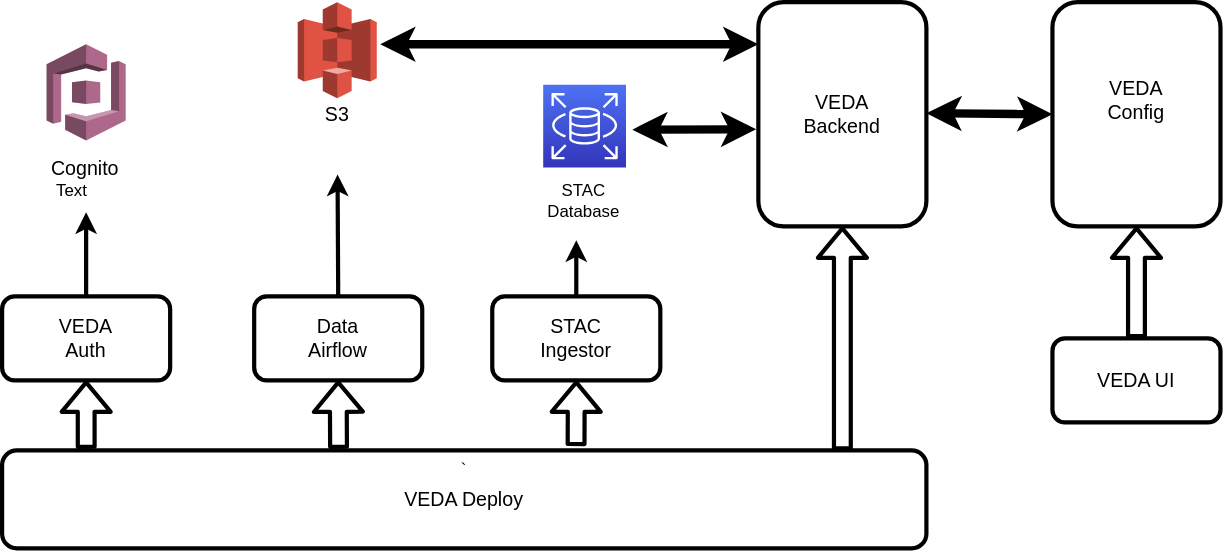
Above: architecture/veda-overview-bw.svg in NASA-IMPACT/veda-docs (draw.io), before the change. Source tidied: cells renumbered, new cells last; positions are measured from the earlier drawing's top-left corner, leaving out a move shared by most shapes.
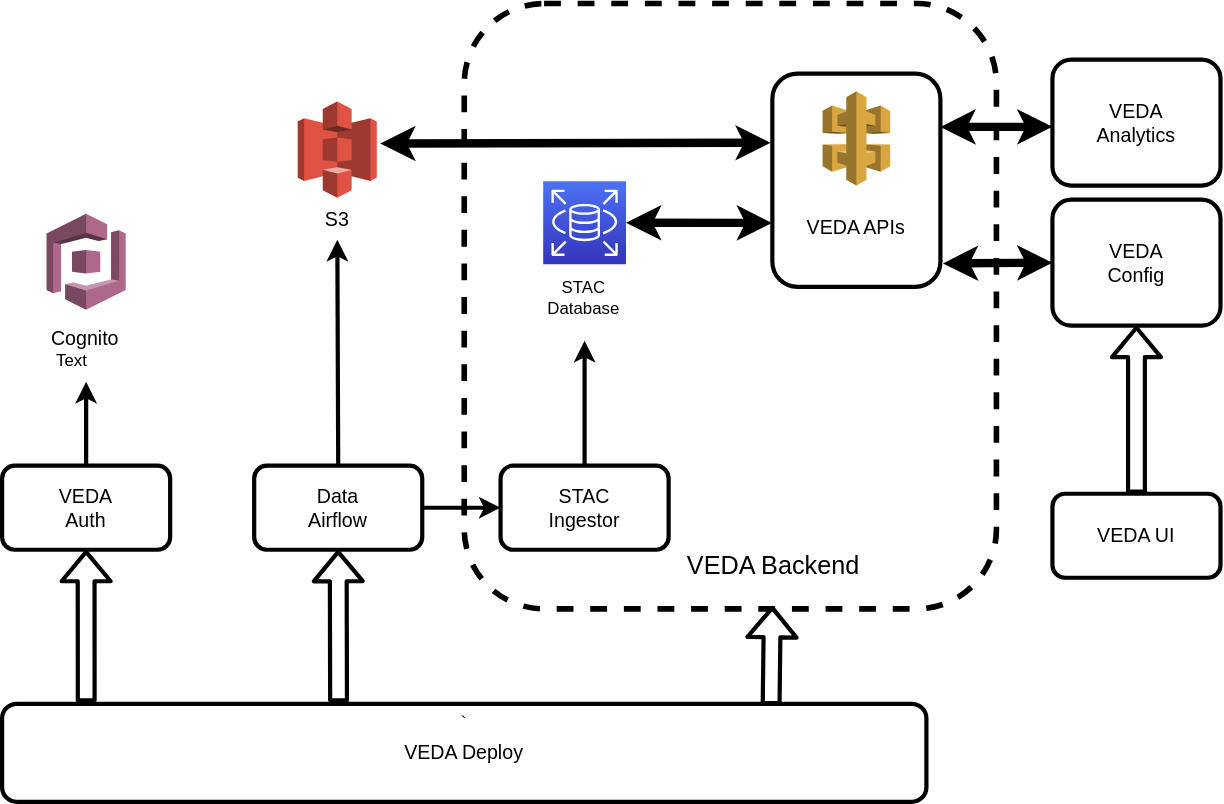
The same file after the commit.

Commit message:
arch diagram feedback

Diff of the diagram source:
```diff
@@ -2,8 +2,11 @@
   <root>
     <mxCell id="0" />
     <mxCell id="1" parent="0" />
+    <mxCell id="45" style="rounded=1;whiteSpace=wrap;html=1;dashed=1;fontSize=14;fillColor=none;strokeColor=#000000;strokeWidth=4;" parent="1" vertex="1">
+      <mxGeometry x="330" y="-120" width="380" height="432.2" as="geometry" />
+    </mxCell>
     <mxCell id="2" value="`" style="group;" parent="1" vertex="1">
-      <mxGeometry y="320" width="660" height="70" as="geometry" />
+      <mxGeometry y="380" width="660" height="70" as="geometry" />
     </mxCell>
     <mxCell id="3" style="rounded=1;whiteSpace=wrap;html=1;fillColor=none;strokeWidth=3;strokeColor=#000000;" parent="2" vertex="1">
       <mxGeometry width="660" height="70" as="geometry" />
@@ -11,15 +14,6 @@
     <mxCell id="4" value="&lt;font color=&quot;#000000&quot; style=&quot;font-size: 14px;&quot;&gt;VEDA Deploy&lt;/font&gt;" style="text;html=1;strokeColor=none;fillColor=none;align=center;verticalAlign=middle;whiteSpace=wrap;rounded=0;strokeWidth=3;fontSize=14;" parent="2" vertex="1">
       <mxGeometry x="165" y="17.5" width="330" height="35" as="geometry" />
     </mxCell>
-    <mxCell id="5" style="group;" parent="1" vertex="1">
-      <mxGeometry x="350" y="210" width="120" height="60" as="geometry" />
-    </mxCell>
-    <mxCell id="6" style="rounded=1;whiteSpace=wrap;html=1;fillColor=none;strokeWidth=3;strokeColor=#000000;" parent="5" vertex="1">
-      <mxGeometry width="120" height="60" as="geometry" />
-    </mxCell>
-    <mxCell id="7" value="&lt;font color=&quot;#000000&quot; style=&quot;font-size: 14px;&quot;&gt;STAC Ingestor&lt;/font&gt;" style="text;html=1;strokeColor=none;fillColor=none;align=center;verticalAlign=middle;whiteSpace=wrap;rounded=0;strokeWidth=3;fontSize=14;" parent="5" vertex="1">
-      <mxGeometry x="30" y="15" width="60" height="30" as="geometry" />
-    </mxCell>
     <mxCell id="8" style="group;" parent="1" vertex="1">
       <mxGeometry x="180" y="210" width="120" height="60" as="geometry" />
     </mxCell>
@@ -38,39 +32,18 @@
     <mxCell id="13" value="&lt;font color=&quot;#000000&quot; style=&quot;font-size: 14px;&quot;&gt;VEDA Auth&lt;/font&gt;" style="text;html=1;strokeColor=none;fillColor=none;align=center;verticalAlign=middle;whiteSpace=wrap;rounded=0;strokeWidth=3;fontSize=14;" parent="11" vertex="1">
       <mxGeometry x="30" y="15" width="60" height="30" as="geometry" />
     </mxCell>
-    <mxCell id="14" style="group;fontSize=16;" parent="1" vertex="1">
-      <mxGeometry x="540" width="120" height="160" as="geometry" />
-    </mxCell>
-    <mxCell id="15" style="rounded=1;whiteSpace=wrap;html=1;fillColor=none;strokeWidth=3;strokeColor=#000000;" parent="14" vertex="1">
-      <mxGeometry width="120" height="160" as="geometry" />
-    </mxCell>
-    <mxCell id="16" value="&lt;font color=&quot;#000000&quot; style=&quot;font-size: 14px;&quot;&gt;VEDA Backend&lt;/font&gt;" style="text;html=1;strokeColor=none;fillColor=none;align=center;verticalAlign=middle;whiteSpace=wrap;rounded=0;strokeWidth=3;fontSize=14;" parent="14" vertex="1">
-      <mxGeometry x="30" y="40" width="60" height="80" as="geometry" />
-    </mxCell>
     <mxCell id="17" value="Text" style="text;html=1;strokeColor=none;fillColor=none;align=center;verticalAlign=middle;whiteSpace=wrap;rounded=0;" parent="1" vertex="1">
       <mxGeometry x="20" y="120" width="60" height="30" as="geometry" />
     </mxCell>
     <mxCell id="18" style="group;" parent="1" vertex="1">
-      <mxGeometry x="178.6" width="121.4" height="123" as="geometry" />
+      <mxGeometry x="178.6" y="-50" width="121.4" height="123" as="geometry" />
     </mxCell>
     <mxCell id="19" style="dashed=0;verticalLabelPosition=bottom;verticalAlign=top;align=center;html=1;shape=mxgraph.aws3.s3;fillColor=#E05243;gradientColor=none;" parent="18" vertex="1">
       <mxGeometry x="32.5" width="56.4" height="68.6" as="geometry" />
     </mxCell>
     <mxCell id="20" value="&lt;font color=&quot;#000000&quot; style=&quot;font-size: 14px;&quot;&gt;S3&lt;/font&gt;" style="text;html=1;strokeColor=none;fillColor=none;align=center;verticalAlign=middle;whiteSpace=wrap;rounded=0;strokeWidth=3;fontSize=14;" parent="18" vertex="1">
-      <mxGeometry y="37.3" width="121.4" height="85.7" as="geometry" />
+      <mxGeometry y="68.6" width="121.4" height="30" as="geometry" />
     </mxCell>
-    <mxCell id="21" style="group;" parent="1" vertex="1">
-      <mxGeometry x="380.8" y="39.2" width="89.2" height="101.5" as="geometry" />
-    </mxCell>
-    <mxCell id="22" style="group;" parent="21" vertex="1">
-      <mxGeometry x="-10" y="19.7" width="89.2" height="101.5" as="geometry" />
-    </mxCell>
-    <mxCell id="23" style="sketch=0;points=[[0,0,0],[0.25,0,0],[0.5,0,0],[0.75,0,0],[1,0,0],[0,1,0],[0.25,1,0],[0.5,1,0],[0.75,1,0],[1,1,0],[0,0.25,0],[0,0.5,0],[0,0.75,0],[1,0.25,0],[1,0.5,0],[1,0.75,0]];outlineConnect=0;fontColor=#232F3E;gradientColor=#4D72F3;gradientDirection=north;fillColor=#3334B9;strokeColor=#ffffff;dashed=0;verticalLabelPosition=bottom;verticalAlign=top;align=center;html=1;fontSize=12;fontStyle=0;shape=mxgraph.aws4.resourceIcon;resIcon=mxgraph.aws4.rds;" parent="22" vertex="1">
-      <mxGeometry x="15.6" width="59.1" height="59.1" as="geometry" />
-    </mxCell>
-    <mxCell id="24" value="&lt;font color=&quot;#000000&quot;&gt;STAC&lt;br&gt;Database&lt;/font&gt;" style="text;html=1;strokeColor=none;fillColor=none;align=center;verticalAlign=middle;whiteSpace=wrap;rounded=0;strokeWidth=3;" parent="22" vertex="1">
-      <mxGeometry x="0.6" y="51.8" width="89.2" height="62.1" as="geometry" />
-    </mxCell>
     <mxCell id="25" style="group;" parent="1" vertex="1">
       <mxGeometry x="15.4" y="30" width="89.2" height="120" as="geometry" />
     </mxCell>
@@ -83,43 +56,31 @@
     <mxCell id="28" value="&lt;font style=&quot;font-size: 14px;&quot; color=&quot;#000000&quot;&gt;Cognito&lt;/font&gt;" style="text;html=1;strokeColor=none;fillColor=none;align=center;verticalAlign=middle;whiteSpace=wrap;rounded=0;strokeWidth=3;" parent="26" vertex="1">
       <mxGeometry y="57" width="89.2" height="63" as="geometry" />
     </mxCell>
-    <mxCell id="29" style="endArrow=classic;startArrow=classic;html=1;strokeWidth=6;strokeColor=#000000;entryX=-0.013;entryY=0.567;entryDx=0;entryDy=0;entryPerimeter=0;" parent="1" edge="1" target="15">
-      <mxGeometry relative="1" as="geometry">
-        <mxPoint x="450" y="91" as="sourcePoint" />
-      </mxGeometry>
+    <mxCell id="29" style="endArrow=classic;startArrow=classic;html=1;strokeWidth=6;strokeColor=#000000;exitX=1;exitY=0.5;exitDx=0;exitDy=0;exitPerimeter=0;entryX=-0.002;entryY=0.7;entryDx=0;entryDy=0;entryPerimeter=0;" parent="1" edge="1" source="23" target="15">
+      <mxGeometry relative="1" as="geometry" />
     </mxCell>
-    <mxCell id="30" style="endArrow=classic;startArrow=classic;html=1;strokeWidth=6;strokeColor=#000000;" parent="1" edge="1">
+    <mxCell id="30" style="endArrow=classic;startArrow=classic;html=1;strokeWidth=6;strokeColor=#000000;entryX=-0.01;entryY=0.324;entryDx=0;entryDy=0;entryPerimeter=0;" parent="1" edge="1" target="15">
       <mxGeometry relative="1" as="geometry">
-        <mxPoint x="270" y="30" as="sourcePoint" />
-        <mxPoint x="540" y="30" as="targetPoint" />
+        <mxPoint x="270" y="-20" as="sourcePoint" />
       </mxGeometry>
     </mxCell>
     <mxCell id="31" style="rounded=1;whiteSpace=wrap;html=1;fillColor=none;strokeWidth=3;strokeColor=#000000;" parent="1" vertex="1">
-      <mxGeometry x="750" width="120" height="160" as="geometry" />
+      <mxGeometry x="750" y="20" width="120" height="90" as="geometry" />
     </mxCell>
-    <mxCell id="32" style="group;" parent="1" vertex="1">
-      <mxGeometry x="750" y="240" width="120" height="60" as="geometry" />
-    </mxCell>
-    <mxCell id="33" style="rounded=1;whiteSpace=wrap;html=1;fillColor=none;strokeWidth=3;strokeColor=#000000;" parent="32" vertex="1">
-      <mxGeometry width="120" height="60" as="geometry" />
-    </mxCell>
-    <mxCell id="34" value="&lt;font color=&quot;#000000&quot; style=&quot;font-size: 14px;&quot;&gt;VEDA UI&lt;/font&gt;" style="text;html=1;strokeColor=none;fillColor=none;align=center;verticalAlign=middle;whiteSpace=wrap;rounded=0;strokeWidth=3;fontSize=14;" parent="32" vertex="1">
-      <mxGeometry x="30" y="15" width="60" height="30" as="geometry" />
-    </mxCell>
     <mxCell id="35" value="&lt;font color=&quot;#000000&quot; style=&quot;font-size: 14px;&quot;&gt;VEDA Config&lt;/font&gt;" style="text;html=1;strokeColor=none;fillColor=none;align=center;verticalAlign=middle;whiteSpace=wrap;rounded=0;strokeWidth=3;fontSize=14;" parent="1" vertex="1">
-      <mxGeometry x="780" y="30" width="60" height="80" as="geometry" />
+      <mxGeometry x="780" y="25" width="60" height="80" as="geometry" />
     </mxCell>
-    <mxCell id="36" style="endArrow=classic;startArrow=classic;html=1;exitX=1;exitY=0;exitDx=0;exitDy=0;strokeWidth=6;strokeColor=#000000;entryX=0;entryY=0.5;entryDx=0;entryDy=0;" parent="1" edge="1" target="31">
-      <mxGeometry relative="1" as="geometry">
-        <mxPoint x="660" y="79.2" as="sourcePoint" />
-      </mxGeometry>
+    <mxCell id="36" style="endArrow=classic;startArrow=classic;html=1;strokeWidth=6;strokeColor=#000000;entryX=0;entryY=0.5;entryDx=0;entryDy=0;exitX=1.015;exitY=0.89;exitDx=0;exitDy=0;exitPerimeter=0;" parent="1" edge="1" source="15" target="31">
+      <mxGeometry relative="1" as="geometry" />
     </mxCell>
-    <mxCell id="37" style="shape=flexArrow;endArrow=classic;html=1;strokeColor=#000000;strokeWidth=3;entryX=0.5;entryY=1;entryDx=0;entryDy=0;exitX=0.5;exitY=0;exitDx=0;exitDy=0;" parent="1" edge="1" source="33" target="31">
-      <mxGeometry relative="1" as="geometry" />
+    <mxCell id="37" style="shape=flexArrow;endArrow=classic;html=1;strokeColor=#000000;strokeWidth=3;entryX=0.5;entryY=1;entryDx=0;entryDy=0;" parent="1" edge="1" target="31">
+      <mxGeometry relative="1" as="geometry">
+        <mxPoint x="810" y="230" as="sourcePoint" />
+      </mxGeometry>
     </mxCell>
-    <mxCell id="38" style="shape=flexArrow;endArrow=classic;html=1;strokeColor=#000000;strokeWidth=3;entryX=0.5;entryY=1;entryDx=0;entryDy=0;" parent="1" edge="1" target="15">
+    <mxCell id="38" style="shape=flexArrow;endArrow=classic;html=1;strokeColor=#000000;strokeWidth=3;exitX=0.832;exitY=0.013;exitDx=0;exitDy=0;exitPerimeter=0;" parent="1" edge="1" source="3">
       <mxGeometry relative="1" as="geometry">
-        <mxPoint x="600" y="320" as="sourcePoint" />
+        <mxPoint x="550" y="310" as="targetPoint" />
       </mxGeometry>
     </mxCell>
     <mxCell id="39" style="shape=flexArrow;endArrow=classic;html=1;strokeColor=#000000;strokeWidth=3;entryX=0.5;entryY=1;entryDx=0;entryDy=0;exitX=0.091;exitY=-0.015;exitDx=0;exitDy=0;exitPerimeter=0;" parent="1" edge="1" source="3" target="12">
@@ -128,19 +89,67 @@
     <mxCell id="40" style="shape=flexArrow;endArrow=classic;html=1;strokeColor=#000000;strokeWidth=3;entryX=0.5;entryY=1;entryDx=0;entryDy=0;exitX=0.364;exitY=-0.015;exitDx=0;exitDy=0;exitPerimeter=0;" parent="1" edge="1" source="3" target="9">
       <mxGeometry relative="1" as="geometry" />
     </mxCell>
-    <mxCell id="41" style="shape=flexArrow;endArrow=classic;html=1;strokeColor=#000000;strokeWidth=3;entryX=0.5;entryY=1;entryDx=0;entryDy=0;exitX=0.621;exitY=-0.043;exitDx=0;exitDy=0;exitPerimeter=0;" parent="1" edge="1" source="3" target="6">
-      <mxGeometry relative="1" as="geometry" />
-    </mxCell>
     <mxCell id="42" style="endArrow=classic;html=1;strokeColor=#000000;strokeWidth=3;entryX=0.5;entryY=1;entryDx=0;entryDy=0;exitX=0.5;exitY=0;exitDx=0;exitDy=0;" parent="1" edge="1" source="12" target="28">
       <mxGeometry relative="1" as="geometry" />
     </mxCell>
     <mxCell id="43" style="endArrow=classic;html=1;strokeColor=#000000;strokeWidth=3;exitX=0.5;exitY=0;exitDx=0;exitDy=0;" parent="1" edge="1" source="9" target="20">
       <mxGeometry relative="1" as="geometry" />
     </mxCell>
+    <mxCell id="46" style="endArrow=classic;html=1;strokeColor=#000000;strokeWidth=3;entryX=0;entryY=0.5;entryDx=0;entryDy=0;exitX=1;exitY=0.5;exitDx=0;exitDy=0;" parent="1" edge="1" source="9" target="6">
+      <mxGeometry relative="1" as="geometry" />
+    </mxCell>
+    <mxCell id="47" style="rounded=1;whiteSpace=wrap;html=1;fillColor=none;strokeWidth=3;strokeColor=#000000;" parent="1" vertex="1">
+      <mxGeometry x="750" y="-80" width="120" height="90" as="geometry" />
+    </mxCell>
+    <mxCell id="48" value="&lt;font color=&quot;#000000&quot; style=&quot;font-size: 14px;&quot;&gt;VEDA Analytics&lt;/font&gt;" style="text;html=1;strokeColor=none;fillColor=none;align=center;verticalAlign=middle;whiteSpace=wrap;rounded=0;strokeWidth=3;fontSize=14;" parent="1" vertex="1">
+      <mxGeometry x="780" y="-75" width="60" height="80" as="geometry" />
+    </mxCell>
+    <mxCell id="49" style="endArrow=classic;startArrow=classic;html=1;strokeWidth=6;strokeColor=#000000;exitX=1;exitY=0.25;exitDx=0;exitDy=0;" parent="1" edge="1" source="15">
+      <mxGeometry relative="1" as="geometry">
+        <mxPoint x="750" y="-32" as="targetPoint" />
+      </mxGeometry>
+    </mxCell>
+    <mxCell id="23" style="sketch=0;points=[[0,0,0],[0.25,0,0],[0.5,0,0],[0.75,0,0],[1,0,0],[0,1,0],[0.25,1,0],[0.5,1,0],[0.75,1,0],[1,1,0],[0,0.25,0],[0,0.5,0],[0,0.75,0],[1,0.25,0],[1,0.5,0],[1,0.75,0]];outlineConnect=0;fontColor=#232F3E;gradientColor=#4D72F3;gradientDirection=north;fillColor=#3334B9;strokeColor=#ffffff;dashed=0;verticalLabelPosition=bottom;verticalAlign=top;align=center;html=1;fontSize=12;fontStyle=0;shape=mxgraph.aws4.resourceIcon;resIcon=mxgraph.aws4.rds;" parent="1" vertex="1">
+      <mxGeometry x="386.4" y="7" width="59.1" height="59.1" as="geometry" />
+    </mxCell>
+    <mxCell id="24" value="&lt;font color=&quot;#000000&quot;&gt;STAC&lt;br&gt;Database&lt;/font&gt;" style="text;html=1;strokeColor=none;fillColor=none;align=center;verticalAlign=middle;whiteSpace=wrap;rounded=0;strokeWidth=3;" parent="1" vertex="1">
+      <mxGeometry x="371.3" y="58.7" width="89.2" height="62.1" as="geometry" />
+    </mxCell>
+    <mxCell id="50" style="dashed=0;verticalLabelPosition=bottom;verticalAlign=top;align=center;html=1;shape=mxgraph.aws3.api_gateway;fillColor=#D9A741;gradientColor=none;fontSize=14;" parent="1" vertex="1">
+      <mxGeometry x="585.9" y="-57.3" width="48.2" height="67.3" as="geometry" />
+    </mxCell>
+    <mxCell id="15" style="rounded=1;whiteSpace=wrap;html=1;fillColor=none;strokeWidth=3;strokeColor=#000000;" parent="1" vertex="1">
+      <mxGeometry x="550" y="-70" width="120" height="152.3" as="geometry" />
+    </mxCell>
+    <mxCell id="16" value="&lt;font color=&quot;#000000&quot; style=&quot;font-size: 14px;&quot;&gt;VEDA APIs&lt;/font&gt;" style="text;html=1;strokeColor=none;fillColor=none;align=center;verticalAlign=middle;whiteSpace=wrap;rounded=0;strokeWidth=3;fontSize=14;" parent="1" vertex="1">
+      <mxGeometry x="555" y="20.7" width="110" height="38.1" as="geometry" />
+    </mxCell>
-    <mxCell id="44" style="endArrow=classic;html=1;strokeColor=#000000;strokeWidth=3;exitX=0.5;exitY=0;exitDx=0;exitDy=0;" parent="1" edge="1" source="6">
-      <mxGeometry relative="1" as="geometry">
-        <mxPoint x="410" y="170" as="targetPoint" />
-      </mxGeometry>
+    <mxCell id="44" style="endArrow=classic;html=1;strokeColor=#000000;strokeWidth=3;exitX=0.5;exitY=0;exitDx=0;exitDy=0;" parent="1" edge="1" source="6" target="24">
+      <mxGeometry relative="1" as="geometry" />
     </mxCell>
+    <mxCell id="51" value="&lt;font color=&quot;#000000&quot; style=&quot;font-size: 18px;&quot;&gt;VEDA Backend&lt;/font&gt;" style="text;html=1;strokeColor=none;fillColor=none;align=center;verticalAlign=middle;whiteSpace=wrap;rounded=0;strokeWidth=21;fontSize=14;" parent="1" vertex="1">
+      <mxGeometry x="475.9" y="260" width="150" height="44.4" as="geometry" />
+    </mxCell>
+    <mxCell id="52" style="group;" parent="1" vertex="1">
+      <mxGeometry x="355.9" y="210" width="120" height="60" as="geometry" />
+    </mxCell>
+    <mxCell id="6" style="rounded=1;whiteSpace=wrap;html=1;fillColor=none;strokeWidth=3;strokeColor=#000000;" parent="52" vertex="1">
+      <mxGeometry width="120" height="60" as="geometry" />
+    </mxCell>
+    <mxCell id="7" value="&lt;font color=&quot;#000000&quot; style=&quot;font-size: 14px;&quot;&gt;STAC Ingestor&lt;/font&gt;" style="text;html=1;strokeColor=none;fillColor=none;align=center;verticalAlign=middle;whiteSpace=wrap;rounded=0;strokeWidth=3;fontSize=14;" parent="52" vertex="1">
+      <mxGeometry x="30" y="25.6" width="60" height="8.7" as="geometry" />
+    </mxCell>
+    <mxCell id="53" style="group;" parent="1" vertex="1">
+      <mxGeometry x="750" y="230" width="120" height="60" as="geometry" />
+    </mxCell>
+    <mxCell id="32" style="group;" parent="53" vertex="1">
+      <mxGeometry width="120" height="60" as="geometry" />
+    </mxCell>
+    <mxCell id="34" value="&lt;font color=&quot;#000000&quot; style=&quot;font-size: 14px;&quot;&gt;VEDA UI&lt;/font&gt;" style="text;html=1;strokeColor=none;fillColor=none;align=center;verticalAlign=middle;whiteSpace=wrap;rounded=0;strokeWidth=3;fontSize=14;" parent="32" vertex="1">
+      <mxGeometry x="30" y="15" width="60" height="30" as="geometry" />
+    </mxCell>
+    <mxCell id="33" style="rounded=1;whiteSpace=wrap;html=1;fillColor=none;strokeWidth=3;strokeColor=#000000;" parent="53" vertex="1">
+      <mxGeometry width="120" height="60" as="geometry" />
+    </mxCell>
   </root>
 </mxGraphModel>
```
